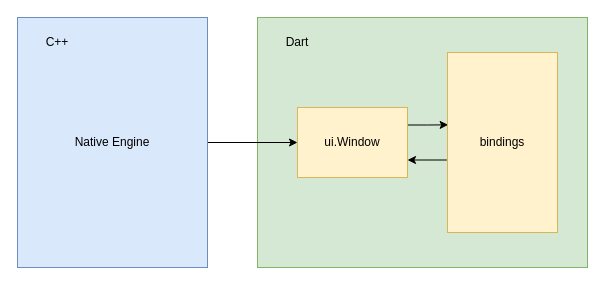
The draw.io diagram images/window-overview.drawio in Ryan-Hu/LearnFlutter, before the edit. Source tidied: cells renumbered, new cells numbered last; positions are measured from the earlier drawing's top-left corner, leaving out a move shared by most shapes. Both pictures are drawn from the tidied source at 100%, with x=0, y=0 at pixel (17, 17).
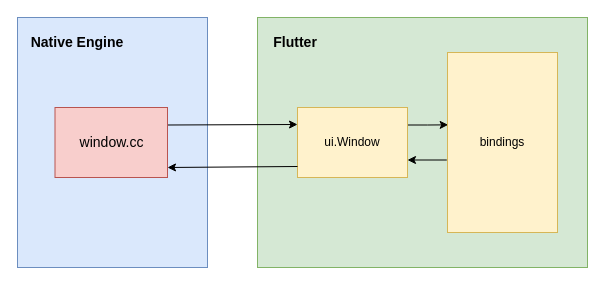
Above is the later version.

What changed in the source:
```diff
@@
 <mxGraphModel>
   <root>
     <mxCell id="0" />
     <mxCell id="1" parent="0" />
     <mxCell id="2" style="rounded=0;whiteSpace=wrap;html=1;fillColor=#d5e8d4;strokeColor=#82b366;" parent="1" vertex="1">
       <mxGeometry x="240" width="330" height="250" as="geometry" />
     </mxCell>
     <mxCell id="3" style="edgeStyle=orthogonalEdgeStyle;rounded=0;jettySize=auto;html=1;exitX=1;exitY=0.25;exitDx=0;exitDy=0;entryX=0.006;entryY=0.402;entryDx=0;entryDy=0;entryPerimeter=0;" parent="1" edge="1" source="5" target="8">
       <mxGeometry relative="1" as="geometry" />
     </mxCell>
     <mxCell id="4" style="edgeStyle=orthogonalEdgeStyle;rounded=0;jettySize=auto;html=1;exitX=1;exitY=0.75;exitDx=0;exitDy=0;entryX=-0.006;entryY=0.594;entryDx=0;entryDy=0;entryPerimeter=0;endArrow=none;endFill=0;startArrow=classic;startFill=1;" parent="1" edge="1" source="5" target="8">
       <mxGeometry relative="1" as="geometry" />
     </mxCell>
     <mxCell id="5" value="ui.Window" style="rounded=0;whiteSpace=wrap;html=1;fillColor=#fff2cc;strokeColor=#d6b656;" parent="1" vertex="1">
       <mxGeometry x="280" y="90" width="110" height="70" as="geometry" />
     </mxCell>
-    <mxCell id="6" style="edgeStyle=orthogonalEdgeStyle;rounded=0;jettySize=auto;html=1;exitX=1;exitY=0.5;exitDx=0;exitDy=0;entryX=0;entryY=0.5;entryDx=0;entryDy=0;" parent="1" edge="1" source="7" target="5">
-      <mxGeometry relative="1" as="geometry" />
-    </mxCell>
-    <mxCell id="7" value="Native Engine" style="rounded=0;whiteSpace=wrap;html=1;fillColor=#dae8fc;strokeColor=#6c8ebf;" parent="1" vertex="1">
+    <mxCell id="7" style="rounded=0;whiteSpace=wrap;html=1;fillColor=#dae8fc;strokeColor=#6c8ebf;" parent="1" vertex="1">
       <mxGeometry width="190" height="250" as="geometry" />
     </mxCell>
     <mxCell id="8" value="bindings" style="rounded=0;whiteSpace=wrap;html=1;fillColor=#fff2cc;strokeColor=#d6b656;" parent="1" vertex="1">
       <mxGeometry x="430" y="35" width="110" height="180" as="geometry" />
     </mxCell>
-    <mxCell id="9" value="Dart" style="text;html=1;strokeColor=none;fillColor=none;align=center;verticalAlign=middle;whiteSpace=wrap;rounded=0;" parent="1" vertex="1">
+    <mxCell id="9" value="Flutter&amp;nbsp;" style="text;html=1;strokeColor=none;fillColor=none;align=center;verticalAlign=middle;whiteSpace=wrap;rounded=0;fontStyle=1;fontSize=14;" parent="1" vertex="1">
       <mxGeometry x="260" y="15" width="40" height="20" as="geometry" />
     </mxCell>
-    <mxCell id="10" value="C++" style="text;html=1;strokeColor=none;fillColor=none;align=center;verticalAlign=middle;whiteSpace=wrap;rounded=0;" parent="1" vertex="1">
-      <mxGeometry x="20" y="15" width="40" height="20" as="geometry" />
-    </mxCell>
+    <mxCell id="11" style="endArrow=classic;html=1;exitX=1;exitY=0.25;exitDx=0;exitDy=0;" parent="1" edge="1" source="14">
+      <mxGeometry relative="1" as="geometry">
+        <mxPoint x="280" y="107" as="targetPoint" />
+      </mxGeometry>
+    </mxCell>
+    <mxCell id="12" style="endArrow=classic;html=1;" parent="1" edge="1">
+      <mxGeometry relative="1" as="geometry">
+        <mxPoint x="280" y="149" as="sourcePoint" />
+        <mxPoint x="150" y="150" as="targetPoint" />
+      </mxGeometry>
+    </mxCell>
+    <mxCell id="13" value="Native Engine" style="text;html=1;strokeColor=none;fillColor=none;align=center;verticalAlign=middle;whiteSpace=wrap;rounded=0;fontStyle=1;fontSize=14;" parent="1" vertex="1">
+      <mxGeometry x="10" y="15" width="100" height="20" as="geometry" />
+    </mxCell>
+    <mxCell id="14" value="window.cc" style="rounded=0;whiteSpace=wrap;html=1;fontSize=14;fillColor=#f8cecc;strokeColor=#b85450;" parent="1" vertex="1">
+      <mxGeometry x="37.5" y="90" width="112.5" height="70" as="geometry" />
+    </mxCell>
   </root>
 </mxGraphModel>
```
